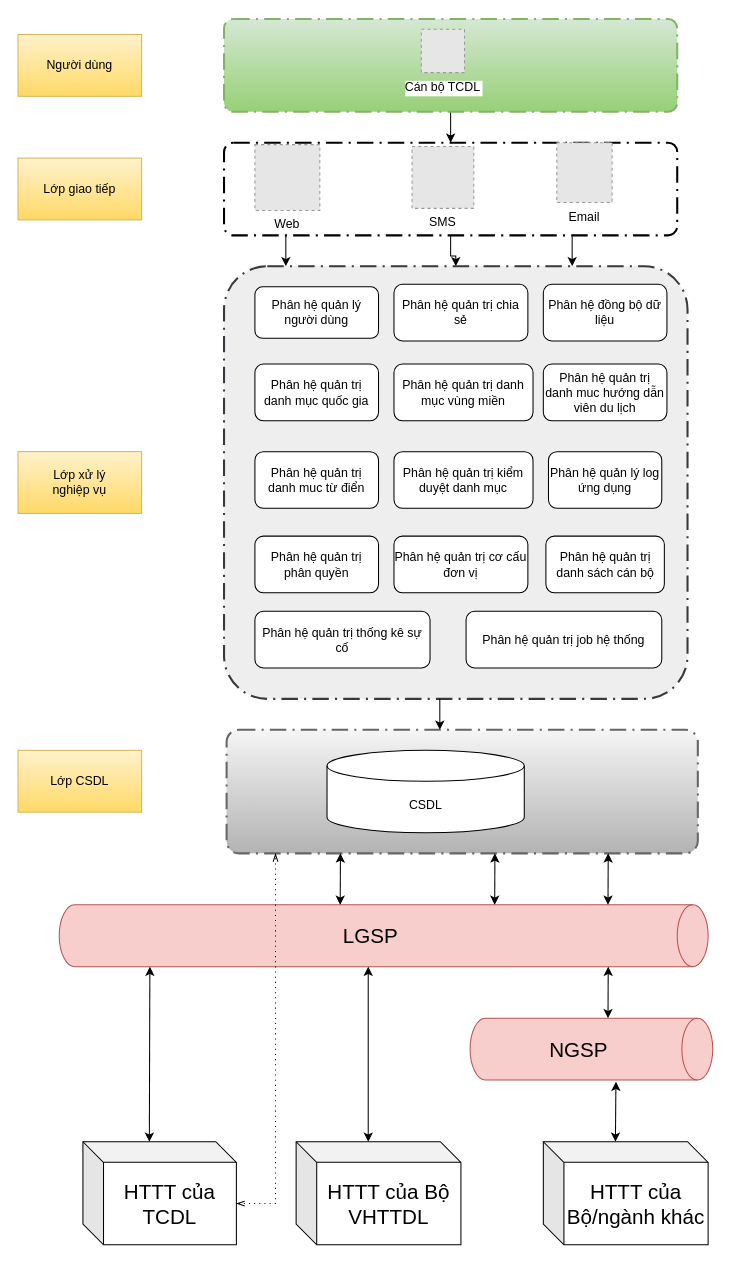
Before: page "QUAN_TRI_HE_THONG_DC" (2 of 5) of 123.drawio in letheanh12345/Draw-io, a draw.io diagram. Source tidied: cells renumbered, new cells numbered last; positions are measured from the earlier drawing's top-left corner, leaving out a move shared by most shapes. Both pictures are drawn from the tidied source at 103%, with x=0, y=0 at pixel (18, 19). Pictures stored in the file or linked from it are replaced by grey dashed boxes.
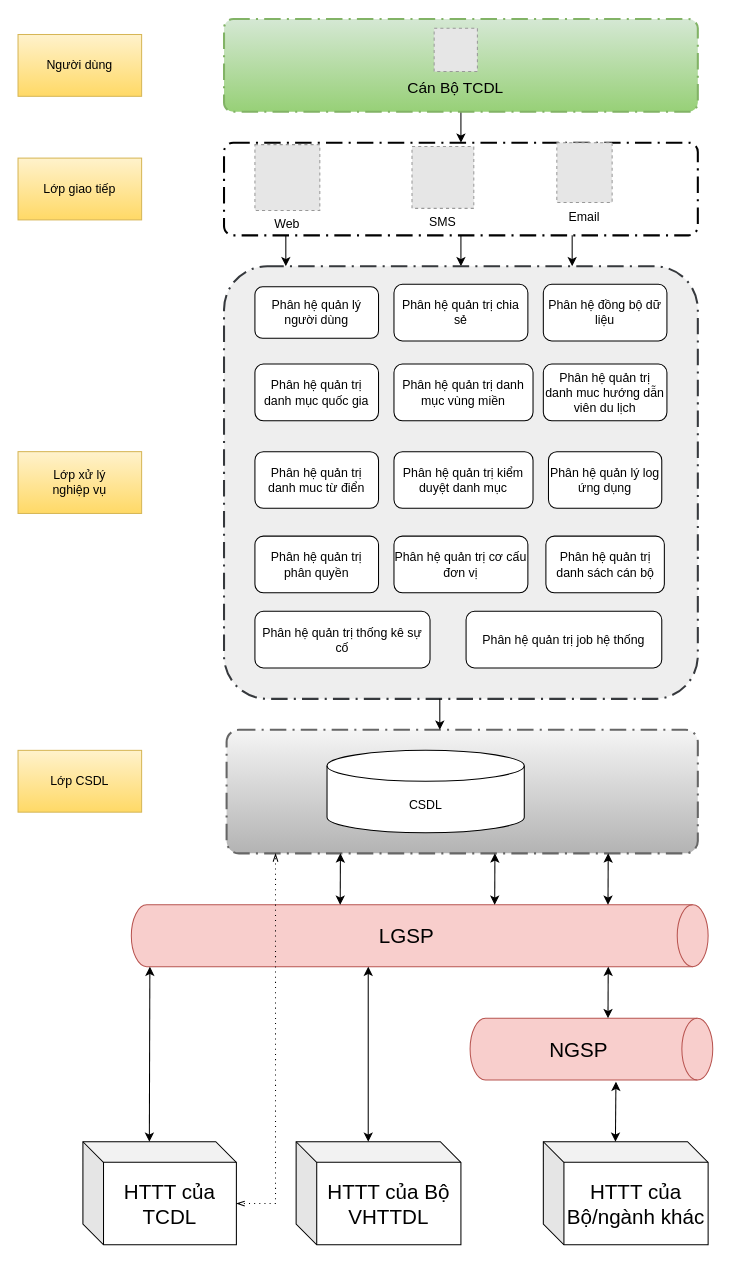
The same diagram, later.

Diff of the diagram source:
```diff
@@
     <mxCell id="3" style="points=[[0.25,0,0],[0.5,0,0],[0.75,0,0],[1,0.25,0],[1,0.5,0],[1,0.75,0],[0.75,1,0],[0.5,1,0],[0.25,1,0],[0,0.75,0],[0,0.5,0],[0,0.25,0]];rounded=1;arcSize=10;dashed=1;strokeColor=#000000;fillColor=none;gradientColor=none;dashPattern=8 3 1 3;strokeWidth=2;fontStyle=1;fontSize=20;" parent="1" vertex="1">
-      <mxGeometry x="200" y="120" width="440" height="90" as="geometry" />
+      <mxGeometry x="200" y="120" width="460" height="90" as="geometry" />
     </mxCell>
@@
     <mxCell id="8" style="points=[[0.25,0,0],[0.5,0,0],[0.75,0,0],[1,0.25,0],[1,0.5,0],[1,0.75,0],[0.75,1,0],[0.5,1,0],[0.25,1,0],[0,0.75,0],[0,0.5,0],[0,0.25,0]];rounded=1;arcSize=10;dashed=1;strokeColor=#82b366;fillColor=#d5e8d4;gradientColor=#97d077;dashPattern=8 3 1 3;strokeWidth=2;fontStyle=1;fontSize=20;" parent="1" vertex="1">
-      <mxGeometry x="200" width="440" height="90" as="geometry" />
+      <mxGeometry x="200" width="460" height="90" as="geometry" />
     </mxCell>
-    <mxCell id="9" value="Cán bộ TCDL" style="fillColor=#E6E6E6;strokeColor=#999999;dashed=1;verticalLabelPosition=bottom;labelBackgroundColor=default;verticalAlign=top;" parent="1" vertex="1">
-      <mxGeometry x="391.5" y="10" width="42" height="42" as="geometry" />
+    <mxCell id="9" style="fillColor=#E6E6E6;strokeColor=#999999;dashed=1;verticalLabelPosition=bottom;labelBackgroundColor=default;verticalAlign=top;" parent="1" vertex="1">
+      <mxGeometry x="404" y="9" width="42" height="42" as="geometry" />
     </mxCell>
     <mxCell id="10" style="points=[[0.25,0,0],[0.5,0,0],[0.75,0,0],[1,0.25,0],[1,0.5,0],[1,0.75,0],[0.75,1,0],[0.5,1,0],[0.25,1,0],[0,0.75,0],[0,0.5,0],[0,0.25,0]];rounded=1;arcSize=10;dashed=1;strokeColor=#36393d;fillColor=#eeeeee;dashPattern=8 3 1 3;strokeWidth=2;fontStyle=1;fontSize=20;" parent="1" vertex="1">
-      <mxGeometry x="200" y="240" width="450" height="420" as="geometry" />
+      <mxGeometry x="200" y="240" width="460" height="420" as="geometry" />
     </mxCell>
@@
     <mxCell id="34" value="&lt;font style=&quot;font-size: 20px;&quot;&gt;LGSP&lt;/font&gt;" style="shape=cylinder3;whiteSpace=wrap;html=1;boundedLbl=1;backgroundOutline=1;size=15;direction=south;fillColor=#f8cecc;strokeColor=#b85450;" parent="1" vertex="1">
-      <mxGeometry x="40" y="860" width="630" height="60" as="geometry" />
+      <mxGeometry x="110" y="860" width="560" height="60" as="geometry" />
     </mxCell>
@@
+    <mxCell id="47" value="&lt;font style=&quot;font-size: 15px;&quot;&gt;Cán Bộ TCDL&lt;/font&gt;" style="text;html=1;strokeColor=none;fillColor=none;align=center;verticalAlign=middle;whiteSpace=wrap;rounded=0;" parent="1" vertex="1">
+      <mxGeometry x="375" y="51" width="100" height="30" as="geometry" />
+    </mxCell>
```
